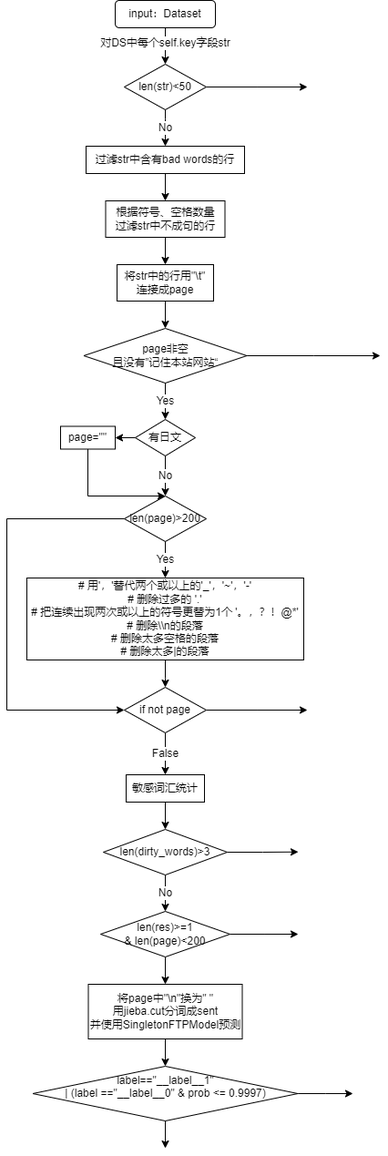
Above: draw.io/OneFlow/zh_clean_OP_flowchart.png in LanXiu-0523/Image_host (draw.io), before the change. Source tidied: cells renumbered, new cells last; positions are measured from the earlier drawing's top-left corner, leaving out a move shared by most shapes.
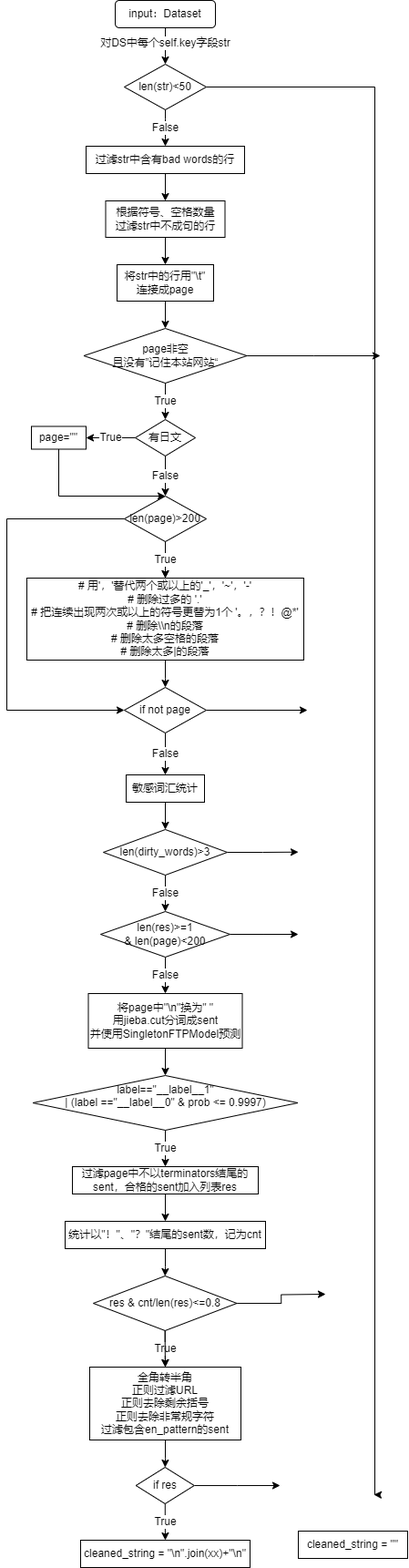
Later version of the same file.

The edit, as a diff of the source:
```diff
@@ -17,13 +17,16 @@
     </mxCell>
     <mxCell id="5" style="edgeStyle=orthogonalEdgeStyle;rounded=0;jettySize=auto;html=1;" parent="1" edge="1" source="6">
       <mxGeometry relative="1" as="geometry">
-        <mxPoint x="330" y="95" as="targetPoint" />
+        <mxPoint x="403" y="1640" as="targetPoint" />
+        <Array as="points">
+          <mxPoint x="404" y="95" />
+        </Array>
       </mxGeometry>
     </mxCell>
     <mxCell id="6" value="len(str)&amp;lt;50" style="rhombus;whiteSpace=wrap;html=1;" parent="1" vertex="1">
       <mxGeometry x="129" y="70" width="90" height="50" as="geometry" />
     </mxCell>
-    <mxCell id="7" value="No" style="endArrow=classic;html=1;rounded=0;exitX=0.5;exitY=1;exitDx=0;exitDy=0;" parent="1" edge="1" source="6">
+    <mxCell id="7" value="False" style="endArrow=classic;html=1;rounded=0;exitX=0.5;exitY=1;exitDx=0;exitDy=0;" parent="1" edge="1" source="6">
       <mxGeometry relative="1" as="geometry">
         <mxPoint x="174" y="160" as="targetPoint" />
         <Array as="points">
@@ -55,7 +58,7 @@
     <mxCell id="13" value="page非空&lt;br&gt;且没有”记住本站网站“" style="rhombus;whiteSpace=wrap;html=1;" parent="1" vertex="1">
       <mxGeometry x="84.5" y="360" width="179" height="60" as="geometry" />
     </mxCell>
-    <mxCell id="14" value="Yes" style="endArrow=classic;html=1;rounded=0;exitX=0.5;exitY=1;exitDx=0;exitDy=0;" parent="1" edge="1" source="13">
+    <mxCell id="14" value="True" style="endArrow=classic;html=1;rounded=0;exitX=0.5;exitY=1;exitDx=0;exitDy=0;" parent="1" edge="1" source="13">
       <mxGeometry relative="1" as="geometry">
         <mxPoint x="174" y="460" as="targetPoint" />
       </mxGeometry>
@@ -68,6 +71,9 @@
         </Array>
       </mxGeometry>
     </mxCell>
+    <mxCell id="43" style="edgeStyle=orthogonalEdgeStyle;rounded=0;jettySize=auto;html=1;" parent="1" edge="1" source="16" target="24">
+      <mxGeometry relative="1" as="geometry" />
+    </mxCell>
     <mxCell id="16" value="len(page)&amp;gt;200" style="rhombus;whiteSpace=wrap;html=1;" parent="1" vertex="1">
       <mxGeometry x="129" y="544" width="90" height="50" as="geometry" />
     </mxCell>
@@ -79,16 +85,16 @@
         <mxPoint x="174" y="360" as="targetPoint" />
       </mxGeometry>
     </mxCell>
-    <mxCell id="19" style="edgeStyle=orthogonalEdgeStyle;rounded=0;jettySize=auto;html=1;" parent="1" edge="1" source="20" target="28">
+    <mxCell id="19" value="True" style="edgeStyle=orthogonalEdgeStyle;rounded=0;jettySize=auto;html=1;" parent="1" edge="1" source="20" target="28">
       <mxGeometry relative="1" as="geometry" />
     </mxCell>
     <mxCell id="20" value="有日文" style="rhombus;whiteSpace=wrap;html=1;" parent="1" vertex="1">
       <mxGeometry x="141" y="460" width="66" height="40" as="geometry" />
     </mxCell>
-    <mxCell id="21" value="No" style="endArrow=classic;html=1;rounded=0;exitX=0.5;exitY=1;exitDx=0;exitDy=0;entryX=0.5;entryY=0;entryDx=0;entryDy=0;" parent="1" edge="1" source="20" target="16">
+    <mxCell id="21" value="False" style="endArrow=classic;html=1;rounded=0;exitX=0.5;exitY=1;exitDx=0;exitDy=0;entryX=0.5;entryY=0;entryDx=0;entryDy=0;" parent="1" edge="1" source="20" target="16">
       <mxGeometry relative="1" as="geometry" />
     </mxCell>
-    <mxCell id="22" value="Yes" style="endArrow=classic;html=1;rounded=0;exitX=0.5;exitY=1;exitDx=0;exitDy=0;" parent="1" edge="1" source="16">
+    <mxCell id="22" value="True" style="endArrow=classic;html=1;rounded=0;exitX=0.5;exitY=1;exitDx=0;exitDy=0;" parent="1" edge="1" source="16">
       <mxGeometry relative="1" as="geometry">
         <mxPoint x="174" y="634" as="targetPoint" />
       </mxGeometry>
@@ -113,12 +119,12 @@
       <mxGeometry x="129" y="754" width="90" height="50" as="geometry" />
     </mxCell>
     <mxCell id="28" value="page=&quot;&quot;" style="rounded=0;whiteSpace=wrap;html=1;" parent="1" vertex="1">
-      <mxGeometry x="59" y="467.5" width="60" height="25" as="geometry" />
+      <mxGeometry x="27" y="467.5" width="60" height="25" as="geometry" />
     </mxCell>
     <mxCell id="29" style="endArrow=classic;html=1;rounded=0;exitX=0.5;exitY=1;exitDx=0;exitDy=0;entryX=0.5;entryY=0;entryDx=0;entryDy=0;" parent="1" edge="1" source="28" target="16">
       <mxGeometry relative="1" as="geometry">
         <Array as="points">
-          <mxPoint x="89" y="544" />
+          <mxPoint x="57" y="544" />
         </Array>
       </mxGeometry>
     </mxCell>
@@ -133,7 +139,7 @@
         <mxPoint x="320" y="934.7" as="targetPoint" />
       </mxGeometry>
     </mxCell>
-    <mxCell id="33" value="No" style="edgeStyle=orthogonalEdgeStyle;rounded=0;jettySize=auto;html=1;" parent="1" edge="1" source="34" target="37">
+    <mxCell id="33" value="False" style="edgeStyle=orthogonalEdgeStyle;rounded=0;jettySize=auto;html=1;" parent="1" edge="1" source="34" target="37">
       <mxGeometry relative="1" as="geometry" />
     </mxCell>
     <mxCell id="34" value="len(dirty_words)&amp;gt;3" style="rhombus;whiteSpace=wrap;html=1;" parent="1" vertex="1">
@@ -144,7 +150,7 @@
         <mxPoint x="320" y="1025" as="targetPoint" />
       </mxGeometry>
     </mxCell>
-    <mxCell id="36" style="edgeStyle=orthogonalEdgeStyle;rounded=0;jettySize=auto;html=1;" parent="1" edge="1" source="37" target="39">
+    <mxCell id="36" value="False" style="edgeStyle=orthogonalEdgeStyle;rounded=0;jettySize=auto;html=1;" parent="1" edge="1" source="37" target="39">
       <mxGeometry relative="1" as="geometry" />
     </mxCell>
     <mxCell id="37" value="len(res)&amp;gt;=1&lt;br&gt;&amp;amp; len(page)&amp;lt;200" style="rhombus;whiteSpace=wrap;html=1;" parent="1" vertex="1">
@@ -154,20 +160,70 @@
       <mxGeometry relative="1" as="geometry" />
     </mxCell>
     <mxCell id="39" value="将page中&quot;\n&quot;换为&quot; &quot;&lt;br&gt;用jieba.cut分词成sent&lt;br&gt;并使用SingletonFTPModel预测" style="rounded=0;whiteSpace=wrap;html=1;" parent="1" vertex="1">
-      <mxGeometry x="89.5" y="1080" width="169" height="60" as="geometry" />
+      <mxGeometry x="89.5" y="1090" width="169" height="60" as="geometry" />
     </mxCell>
-    <mxCell id="40" style="edgeStyle=orthogonalEdgeStyle;rounded=0;jettySize=auto;html=1;" parent="1" edge="1" source="41">
-      <mxGeometry relative="1" as="geometry">
-        <mxPoint x="380" y="1200" as="targetPoint" />
-      </mxGeometry>
-    </mxCell>
+    <mxCell id="44" value="True" style="edgeStyle=orthogonalEdgeStyle;rounded=0;jettySize=auto;html=1;" parent="1" edge="1" source="41" target="49">
+      <mxGeometry relative="1" as="geometry" />
+    </mxCell>
     <mxCell id="41" value="&lt;div&gt;label==&quot;__label__1&quot;&lt;/div&gt;&lt;div&gt;| (label ==&quot;__label__0&quot; &amp;amp; prob &amp;lt;= 0.9997)&lt;/div&gt;&lt;div&gt;&lt;br&gt;&lt;/div&gt;" style="rhombus;whiteSpace=wrap;html=1;" parent="1" vertex="1">
-      <mxGeometry x="28.5" y="1170" width="291" height="60" as="geometry" />
+      <mxGeometry x="28.5" y="1180" width="291" height="60" as="geometry" />
     </mxCell>
-    <mxCell id="42" style="endArrow=classic;html=1;rounded=0;exitX=0.5;exitY=1;exitDx=0;exitDy=0;" parent="1" edge="1" source="41">
-      <mxGeometry relative="1" as="geometry">
-        <mxPoint x="174" y="1260" as="targetPoint" />
-      </mxGeometry>
-    </mxCell>
+    <mxCell id="45" style="edgeStyle=orthogonalEdgeStyle;rounded=0;jettySize=auto;html=1;" parent="1" edge="1" source="47" target="53">
+      <mxGeometry relative="1" as="geometry" />
+    </mxCell>
+    <mxCell id="46" style="edgeStyle=orthogonalEdgeStyle;rounded=0;jettySize=auto;html=1;exitX=0.5;exitY=0;exitDx=0;exitDy=0;" parent="1" edge="1" source="47">
+      <mxGeometry relative="1" as="geometry">
+        <mxPoint x="173.8" y="1340.1" as="targetPoint" />
+      </mxGeometry>
+    </mxCell>
+    <mxCell id="47" value="统计以&quot;！&quot;、&quot;？&quot;结尾的sent数，记为cnt" style="rounded=0;whiteSpace=wrap;html=1;" parent="1" vertex="1">
+      <mxGeometry x="64" y="1340" width="220" height="30" as="geometry" />
+    </mxCell>
+    <mxCell id="48" style="edgeStyle=orthogonalEdgeStyle;rounded=0;jettySize=auto;html=1;" parent="1" edge="1" source="49" target="47">
+      <mxGeometry relative="1" as="geometry" />
+    </mxCell>
+    <mxCell id="49" value="过滤page中不以terminators结尾的sent，合格的sent加入列表res" style="rounded=0;whiteSpace=wrap;html=1;" parent="1" vertex="1">
+      <mxGeometry x="72" y="1280" width="204" height="30" as="geometry" />
+    </mxCell>
+    <mxCell id="50" style="edgeStyle=orthogonalEdgeStyle;rounded=0;jettySize=auto;html=1;" parent="1" edge="1" source="53">
+      <mxGeometry relative="1" as="geometry">
+        <mxPoint x="350" y="1420" as="targetPoint" />
+      </mxGeometry>
+    </mxCell>
+    <mxCell id="51" value="True" style="edgeStyle=orthogonalEdgeStyle;rounded=0;jettySize=auto;html=1;" parent="1" edge="1" source="53" target="55">
+      <mxGeometry x="-0.02" relative="1" as="geometry" />
+    </mxCell>
+    <mxCell id="52" style="edgeStyle=orthogonalEdgeStyle;rounded=0;jettySize=auto;html=1;" parent="1" edge="1" source="53" target="55">
+      <mxGeometry relative="1" as="geometry" />
+    </mxCell>
+    <mxCell id="53" value="&lt;div&gt;res &amp;amp; cnt/len(res)&amp;lt;=0.8&lt;/div&gt;" style="rhombus;whiteSpace=wrap;html=1;" parent="1" vertex="1">
+      <mxGeometry x="95" y="1400" width="157.5" height="60" as="geometry" />
+    </mxCell>
+    <mxCell id="54" style="edgeStyle=orthogonalEdgeStyle;rounded=0;jettySize=auto;html=1;" parent="1" edge="1" source="55" target="58">
+      <mxGeometry relative="1" as="geometry" />
+    </mxCell>
+    <mxCell id="55" value="全角转半角&lt;br&gt;正则过滤URL&lt;br&gt;正则去除剩余括号&lt;br&gt;正则去除非常规字符&lt;br&gt;过滤包含en_pattern的sent" style="rounded=0;whiteSpace=wrap;html=1;" parent="1" vertex="1">
+      <mxGeometry x="91" y="1500" width="166" height="80" as="geometry" />
+    </mxCell>
+    <mxCell id="56" style="edgeStyle=orthogonalEdgeStyle;rounded=0;jettySize=auto;html=1;" parent="1" edge="1" source="58">
+      <mxGeometry relative="1" as="geometry">
+        <mxPoint x="300" y="1630" as="targetPoint" />
+      </mxGeometry>
+    </mxCell>
+    <mxCell id="57" value="True" style="edgeStyle=orthogonalEdgeStyle;rounded=0;jettySize=auto;html=1;" parent="1" edge="1" source="58" target="59">
+      <mxGeometry relative="1" as="geometry" />
+    </mxCell>
+    <mxCell id="58" value="if res" style="rhombus;whiteSpace=wrap;html=1;" parent="1" vertex="1">
+      <mxGeometry x="141.8" y="1610" width="64" height="40" as="geometry" />
+    </mxCell>
+    <mxCell id="59" value="cleaned_string = &quot;\n&quot;.join(xx)+&quot;\n&quot;" style="rounded=0;whiteSpace=wrap;html=1;" parent="1" vertex="1">
+      <mxGeometry x="81" y="1690" width="186" height="30" as="geometry" />
+    </mxCell>
+    <mxCell id="60" value="cleaned_string = &quot;&quot;" style="rounded=0;whiteSpace=wrap;html=1;" parent="1" vertex="1">
+      <mxGeometry x="320" y="1680" width="120" height="30" as="geometry" />
+    </mxCell>
+    <mxCell id="61" style="edgeStyle=orthogonalEdgeStyle;rounded=0;orthogonalLoop=1;jettySize=auto;html=1;exitX=0.5;exitY=1;exitDx=0;exitDy=0;" parent="1" edge="1" source="60" target="60">
+      <mxGeometry relative="1" as="geometry" />
+    </mxCell>
   </root>
 </mxGraphModel>
```
